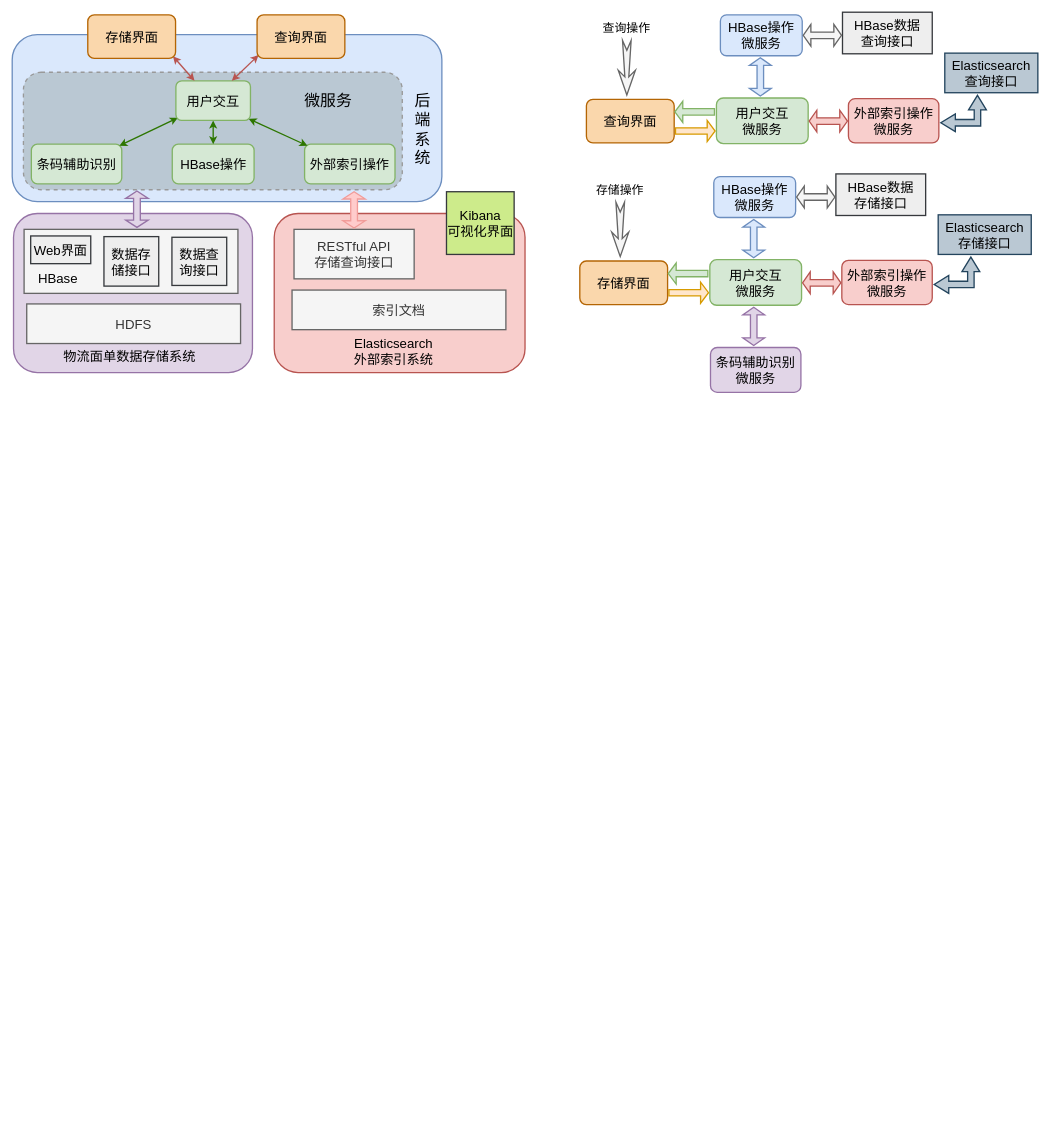
Earlier version of the draw.io diagram page "第 4 页" (4 of 4) of 未命名绘图.drawio (Life-Cycle/xixi). Source tidied: cells renumbered, new cells numbered last; positions are measured from the earlier drawing's top-left corner, leaving out a move shared by most shapes. Both pictures are drawn from the tidied source at 66%, with x=0, y=0 at pixel (12, 12).
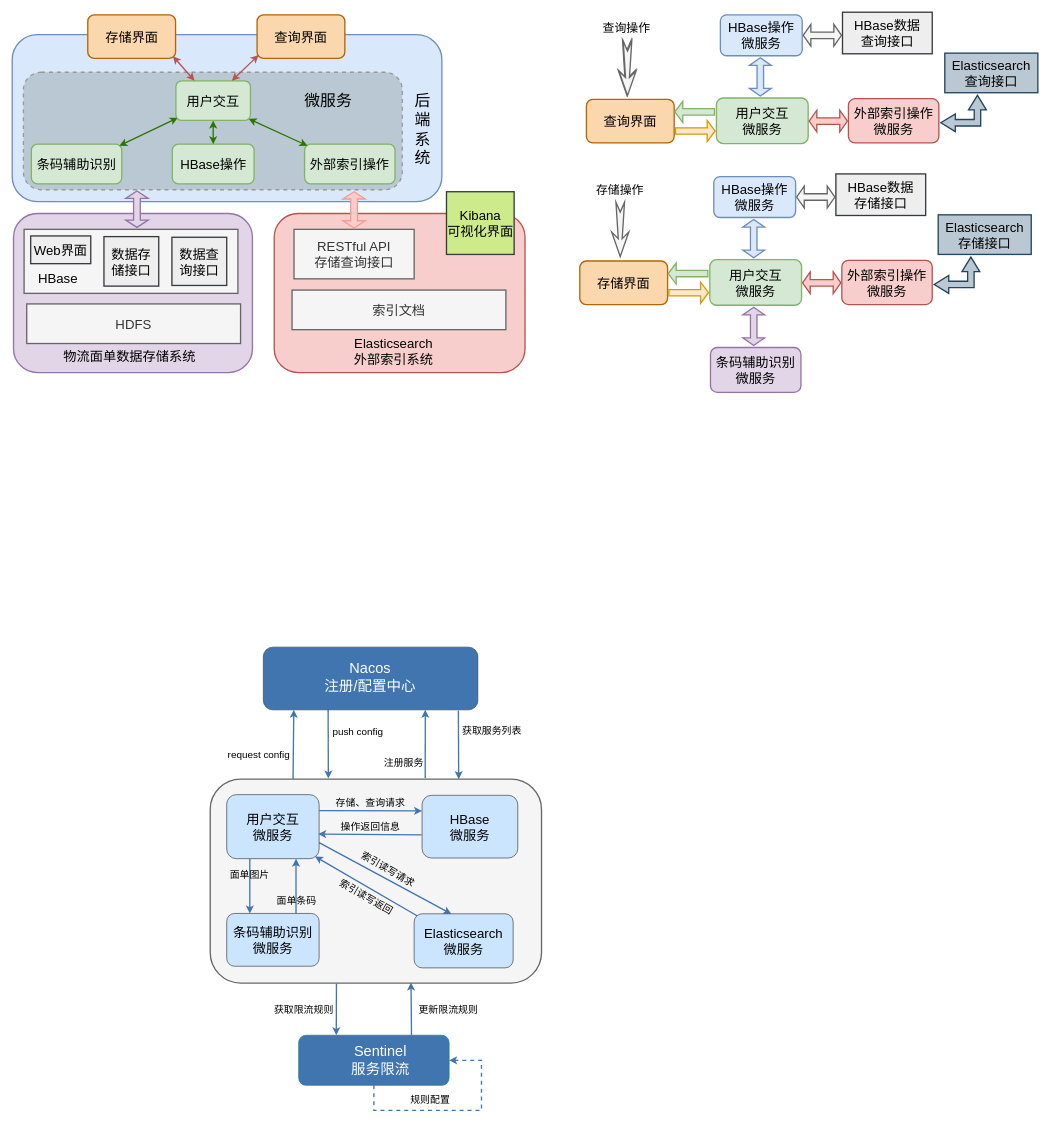
Above is the later version.

Commit message:
更新未命名绘图.drawio

Change to the diagram source:
```diff
@@
+    <mxCell id="62" style="edgeStyle=none;rounded=0;jettySize=auto;html=1;exitX=0.755;exitY=0.998;exitDx=0;exitDy=0;entryX=0.649;entryY=-0.005;entryDx=0;entryDy=0;fontSize=15;fontColor=#000000;startArrow=classic;startFill=1;endArrow=none;endFill=0;strokeColor=#4075B1;strokeWidth=2;entryPerimeter=0;exitPerimeter=0;" parent="1" edge="1" source="64" target="71">
+      <mxGeometry relative="1" as="geometry" />
+    </mxCell>
+    <mxCell id="63" style="edgeStyle=none;rounded=0;jettySize=auto;html=1;exitX=0.302;exitY=0.99;exitDx=0;exitDy=0;fontSize=15;fontColor=#000000;startArrow=none;startFill=0;endArrow=classic;endFill=1;strokeColor=#4075B1;strokeWidth=2;exitPerimeter=0;" parent="1" edge="1" source="64">
+      <mxGeometry relative="1" as="geometry">
+        <mxPoint x="479" y="1161" as="targetPoint" />
+      </mxGeometry>
+    </mxCell>
+    <mxCell id="64" style="rounded=1;whiteSpace=wrap;html=1;labelBackgroundColor=none;fontSize=14;fillColor=#4075B0;strokeColor=#314354;fontColor=#ffffff;" parent="1" vertex="1">
+      <mxGeometry x="380.5" y="962" width="325" height="95" as="geometry" />
+    </mxCell>
+    <mxCell id="65" style="edgeStyle=none;rounded=0;jettySize=auto;html=1;exitX=0.75;exitY=0;exitDx=0;exitDy=0;entryX=0.606;entryY=0.997;entryDx=0;entryDy=0;entryPerimeter=0;fontSize=15;fontColor=#000000;startArrow=none;startFill=0;endArrow=classic;endFill=1;strokeColor=#4075B1;strokeWidth=2;" parent="1" edge="1" source="67" target="71">
+      <mxGeometry relative="1" as="geometry" />
+    </mxCell>
+    <mxCell id="66" style="edgeStyle=orthogonalEdgeStyle;rounded=0;orthogonalLoop=1;jettySize=auto;html=1;exitX=0.5;exitY=1;exitDx=0;exitDy=0;fontSize=15;fontColor=#000000;startArrow=none;startFill=0;endArrow=classic;endFill=1;strokeColor=#4075B1;strokeWidth=2;entryX=1;entryY=0.5;entryDx=0;entryDy=0;dashed=1;" parent="1" edge="1" source="67" target="67">
+      <mxGeometry relative="1" as="geometry">
+        <Array as="points">
+          <mxPoint x="548" y="1664" />
+          <mxPoint x="711" y="1664" />
+          <mxPoint x="711" y="1588" />
+        </Array>
+      </mxGeometry>
+    </mxCell>
+    <mxCell id="67" style="rounded=1;whiteSpace=wrap;html=1;labelBackgroundColor=none;fontSize=14;fillColor=#4075B0;strokeColor=#0e8088;" parent="1" vertex="1">
+      <mxGeometry x="434" y="1550" width="228" height="76" as="geometry" />
+    </mxCell>
+    <mxCell id="68" style="edgeStyle=none;rounded=0;jettySize=auto;html=1;exitX=0.381;exitY=1.003;exitDx=0;exitDy=0;entryX=0.25;entryY=0;entryDx=0;entryDy=0;fontSize=15;fontColor=#000000;startArrow=none;startFill=0;endArrow=classic;endFill=1;strokeColor=#4075B1;strokeWidth=2;exitPerimeter=0;" parent="1" edge="1" source="71" target="67">
+      <mxGeometry relative="1" as="geometry" />
+    </mxCell>
+    <mxCell id="69" style="edgeStyle=none;rounded=0;jettySize=auto;html=1;exitX=0.75;exitY=0;exitDx=0;exitDy=0;fontSize=15;fontColor=#000000;startArrow=classic;startFill=1;endArrow=none;endFill=0;strokeColor=#4075B1;strokeWidth=2;" parent="1" edge="1" source="71">
+      <mxGeometry relative="1" as="geometry">
+        <mxPoint x="676" y="1058" as="targetPoint" />
+      </mxGeometry>
+    </mxCell>
+    <mxCell id="70" style="edgeStyle=none;rounded=0;jettySize=auto;html=1;exitX=0.25;exitY=0;exitDx=0;exitDy=0;entryX=0.142;entryY=0.998;entryDx=0;entryDy=0;fontSize=15;fontColor=#000000;startArrow=none;startFill=0;endArrow=classic;endFill=1;strokeColor=#4075B1;strokeWidth=2;entryPerimeter=0;" parent="1" edge="1" source="71" target="64">
+      <mxGeometry relative="1" as="geometry" />
+    </mxCell>
+    <mxCell id="71" style="rounded=1;whiteSpace=wrap;html=1;labelBackgroundColor=none;fontSize=14;strokeColor=#666666;fillColor=#f5f5f5;strokeWidth=2;fontColor=#333333;" parent="1" vertex="1">
+      <mxGeometry x="300" y="1162" width="502" height="309" as="geometry" />
+    </mxCell>
+    <mxCell id="72" style="edgeStyle=none;rounded=0;jettySize=auto;html=1;exitX=0.25;exitY=1;exitDx=0;exitDy=0;entryX=0.25;entryY=0;entryDx=0;entryDy=0;fontSize=15;fontColor=#000000;startArrow=none;startFill=0;endArrow=classic;endFill=1;strokeColor=#4075B1;strokeWidth=2;" parent="1" edge="1" source="74" target="78">
+      <mxGeometry relative="1" as="geometry" />
+    </mxCell>
+    <mxCell id="73" style="edgeStyle=none;rounded=0;jettySize=auto;html=1;exitX=1;exitY=0.75;exitDx=0;exitDy=0;entryX=0.376;entryY=0.004;entryDx=0;entryDy=0;fontSize=15;fontColor=#000000;startArrow=none;startFill=0;endArrow=classic;endFill=1;strokeColor=#4075B1;strokeWidth=2;entryPerimeter=0;" parent="1" edge="1" source="74" target="82">
+      <mxGeometry relative="1" as="geometry" />
+    </mxCell>
+    <mxCell id="74" value="&lt;font style=&quot;font-size: 20px&quot;&gt;用户交互&lt;br&gt;微服务&lt;/font&gt;" style="rounded=1;whiteSpace=wrap;html=1;labelBackgroundColor=none;fontSize=14;fillColor=#cce5ff;strokeColor=#36393d;" parent="1" vertex="1">
+      <mxGeometry x="325" y="1185.5" width="140" height="97" as="geometry" />
+    </mxCell>
+    <mxCell id="75" value="&lt;font style=&quot;font-size: 22px&quot; color=&quot;#ffffff&quot;&gt;Nacos&lt;br&gt;注册/配置中心&lt;/font&gt;" style="text;html=1;strokeColor=none;fillColor=none;align=center;verticalAlign=middle;whiteSpace=wrap;rounded=0;dashed=1;labelBackgroundColor=none;fontSize=20;fontColor=#000000;" parent="1" vertex="1">
+      <mxGeometry x="472.4" y="977" width="141.2" height="62" as="geometry" />
+    </mxCell>
+    <mxCell id="76" value="&lt;font style=&quot;font-size: 22px&quot; color=&quot;#ffffff&quot;&gt;Sentinel&lt;br&gt;服务限流&lt;/font&gt;" style="text;html=1;strokeColor=none;fillColor=none;align=center;verticalAlign=middle;whiteSpace=wrap;rounded=0;dashed=1;labelBackgroundColor=none;fontSize=14;fontColor=#000000;" parent="1" vertex="1">
+      <mxGeometry x="487" y="1573" width="142" height="30" as="geometry" />
+    </mxCell>
+    <mxCell id="77" style="edgeStyle=none;rounded=0;jettySize=auto;html=1;exitX=0.75;exitY=0;exitDx=0;exitDy=0;entryX=0.75;entryY=1;entryDx=0;entryDy=0;fontSize=15;fontColor=#000000;startArrow=none;startFill=0;endArrow=classic;endFill=1;strokeColor=#4075B1;strokeWidth=2;" parent="1" edge="1" source="78" target="74">
+      <mxGeometry relative="1" as="geometry" />
+    </mxCell>
+    <mxCell id="78" value="&lt;font style=&quot;font-size: 20px&quot;&gt;条码辅助识别&lt;br&gt;微服务&lt;/font&gt;" style="rounded=1;whiteSpace=wrap;html=1;labelBackgroundColor=none;fontSize=14;fillColor=#cce5ff;strokeColor=#36393d;" parent="1" vertex="1">
+      <mxGeometry x="325" y="1365.5" width="140" height="80" as="geometry" />
+    </mxCell>
+    <mxCell id="79" style="edgeStyle=none;rounded=0;jettySize=auto;html=1;exitX=-0.006;exitY=0.631;exitDx=0;exitDy=0;entryX=0.99;entryY=0.616;entryDx=0;entryDy=0;fontSize=22;fontColor=#000000;startArrow=none;startFill=0;endArrow=classic;endFill=1;strokeColor=#4075B1;strokeWidth=2;entryPerimeter=0;exitPerimeter=0;" parent="1" edge="1" source="80" target="74">
+      <mxGeometry relative="1" as="geometry" />
+    </mxCell>
+    <mxCell id="80" value="&lt;font style=&quot;font-size: 20px&quot;&gt;HBase&lt;br&gt;微服务&lt;/font&gt;" style="rounded=1;whiteSpace=wrap;html=1;labelBackgroundColor=none;fontSize=14;fillColor=#cce5ff;strokeColor=#36393d;" parent="1" vertex="1">
+      <mxGeometry x="621" y="1186.5" width="145" height="95" as="geometry" />
+    </mxCell>
+    <mxCell id="81" style="edgeStyle=none;rounded=0;jettySize=auto;html=1;exitX=0.029;exitY=0.036;exitDx=0;exitDy=0;entryX=0.954;entryY=0.964;entryDx=0;entryDy=0;entryPerimeter=0;fontSize=15;fontColor=#000000;startArrow=none;startFill=0;endArrow=classic;endFill=1;strokeColor=#4075B1;strokeWidth=2;exitPerimeter=0;" parent="1" edge="1" source="82" target="74">
+      <mxGeometry relative="1" as="geometry" />
+    </mxCell>
+    <mxCell id="82" value="&lt;font style=&quot;font-size: 20px&quot;&gt;Elasticsearch&lt;br&gt;微服务&lt;/font&gt;" style="rounded=1;whiteSpace=wrap;html=1;labelBackgroundColor=none;fontSize=14;fillColor=#cce5ff;strokeColor=#36393d;" parent="1" vertex="1">
+      <mxGeometry x="609" y="1366" width="150" height="82" as="geometry" />
+    </mxCell>
+    <mxCell id="83" style="edgeStyle=none;rounded=0;jettySize=auto;html=1;exitX=1;exitY=0.25;exitDx=0;exitDy=0;entryX=0;entryY=0.25;entryDx=0;entryDy=0;fontSize=16;fontColor=#000000;startArrow=none;startFill=0;strokeColor=#4075B0;strokeWidth=2;" parent="1" edge="1" source="74" target="80">
+      <mxGeometry relative="1" as="geometry" />
+    </mxCell>
+    <mxCell id="84" value="&lt;font color=&quot;#000000&quot;&gt;存储、查询请求&lt;/font&gt;" style="text;html=1;strokeColor=none;fillColor=none;align=center;verticalAlign=middle;whiteSpace=wrap;rounded=0;labelBackgroundColor=none;fontSize=15;fontColor=#FFFFFF;" parent="1" vertex="1">
+      <mxGeometry x="489" y="1182" width="108" height="30" as="geometry" />
+    </mxCell>
+    <mxCell id="85" value="&lt;font color=&quot;#000000&quot;&gt;操作返回信息&lt;/font&gt;" style="text;html=1;strokeColor=none;fillColor=none;align=center;verticalAlign=middle;whiteSpace=wrap;rounded=0;labelBackgroundColor=none;fontSize=15;fontColor=#FFFFFF;" parent="1" vertex="1">
+      <mxGeometry x="492" y="1219" width="102" height="30" as="geometry" />
+    </mxCell>
+    <mxCell id="86" value="&lt;font color=&quot;#000000&quot;&gt;面单图片&lt;/font&gt;" style="text;html=1;strokeColor=none;fillColor=none;align=center;verticalAlign=middle;whiteSpace=wrap;rounded=0;labelBackgroundColor=none;fontSize=15;fontColor=#FFFFFF;" parent="1" vertex="1">
+      <mxGeometry x="309" y="1292" width="102" height="30" as="geometry" />
+    </mxCell>
+    <mxCell id="87" value="&lt;font color=&quot;#000000&quot;&gt;面单条码&lt;/font&gt;" style="text;html=1;strokeColor=none;fillColor=none;align=center;verticalAlign=middle;whiteSpace=wrap;rounded=0;labelBackgroundColor=none;fontSize=15;fontColor=#FFFFFF;" parent="1" vertex="1">
+      <mxGeometry x="380" y="1331" width="102" height="30" as="geometry" />
+    </mxCell>
+    <mxCell id="88" value="&lt;font color=&quot;#000000&quot;&gt;索引读写请求&lt;/font&gt;" style="text;html=1;strokeColor=none;fillColor=none;align=center;verticalAlign=middle;whiteSpace=wrap;rounded=0;labelBackgroundColor=none;fontSize=15;fontColor=#FFFFFF;rotation=30;" parent="1" vertex="1">
+      <mxGeometry x="516" y="1283" width="108" height="30" as="geometry" />
+    </mxCell>
+    <mxCell id="89" value="&lt;font color=&quot;#000000&quot;&gt;索引读写返回&lt;/font&gt;" style="text;html=1;strokeColor=none;fillColor=none;align=center;verticalAlign=middle;whiteSpace=wrap;rounded=0;labelBackgroundColor=none;fontSize=15;fontColor=#FFFFFF;rotation=30;" parent="1" vertex="1">
+      <mxGeometry x="483" y="1325" width="108" height="30" as="geometry" />
+    </mxCell>
+    <mxCell id="90" value="&lt;font color=&quot;#000000&quot;&gt;获取限流规则&lt;/font&gt;" style="text;html=1;strokeColor=none;fillColor=none;align=center;verticalAlign=middle;whiteSpace=wrap;rounded=0;labelBackgroundColor=none;fontSize=15;fontColor=#FFFFFF;" parent="1" vertex="1">
+      <mxGeometry x="391" y="1496" width="102" height="30" as="geometry" />
+    </mxCell>
+    <mxCell id="91" value="&lt;font color=&quot;#000000&quot;&gt;更新限流规则&lt;/font&gt;" style="text;html=1;strokeColor=none;fillColor=none;align=center;verticalAlign=middle;whiteSpace=wrap;rounded=0;labelBackgroundColor=none;fontSize=15;fontColor=#FFFFFF;" parent="1" vertex="1">
+      <mxGeometry x="610" y="1496" width="102" height="30" as="geometry" />
+    </mxCell>
+    <mxCell id="92" value="&lt;font color=&quot;#000000&quot;&gt;push config&lt;/font&gt;" style="text;html=1;strokeColor=none;fillColor=none;align=center;verticalAlign=middle;whiteSpace=wrap;rounded=0;labelBackgroundColor=none;fontSize=15;fontColor=#FFFFFF;" parent="1" vertex="1">
+      <mxGeometry x="473" y="1075" width="102" height="30" as="geometry" />
+    </mxCell>
+    <mxCell id="93" value="&lt;font color=&quot;#000000&quot;&gt;request config&lt;/font&gt;" style="text;html=1;strokeColor=none;fillColor=none;align=center;verticalAlign=middle;whiteSpace=wrap;rounded=0;labelBackgroundColor=none;fontSize=15;fontColor=#FFFFFF;" parent="1" vertex="1">
+      <mxGeometry x="323" y="1109" width="102" height="30" as="geometry" />
+    </mxCell>
+    <mxCell id="94" value="&lt;font color=&quot;#000000&quot;&gt;获取服务列表&lt;/font&gt;" style="text;html=1;strokeColor=none;fillColor=none;align=center;verticalAlign=middle;whiteSpace=wrap;rounded=0;labelBackgroundColor=none;fontSize=15;fontColor=#FFFFFF;" parent="1" vertex="1">
+      <mxGeometry x="676" y="1073" width="102" height="30" as="geometry" />
+    </mxCell>
+    <mxCell id="95" value="&lt;font color=&quot;#000000&quot;&gt;注册服务&lt;/font&gt;" style="text;html=1;strokeColor=none;fillColor=none;align=center;verticalAlign=middle;whiteSpace=wrap;rounded=0;labelBackgroundColor=none;fontSize=15;fontColor=#FFFFFF;" parent="1" vertex="1">
+      <mxGeometry x="558" y="1121" width="71" height="30" as="geometry" />
+    </mxCell>
+    <mxCell id="96" style="html=1;shadow=0;dashed=0;align=center;verticalAlign=middle;shape=mxgraph.arrows2.stylisedArrow;dy=0.77;dx=27.22;notch=15;feather=0.5;labelBackgroundColor=none;fontSize=18;fontColor=#333333;strokeColor=#666666;strokeWidth=2;fillColor=#f5f5f5;rotation=90;" parent="1" vertex="1">
+      <mxGeometry x="891" y="72" width="82.5" height="26" as="geometry" />
+    </mxCell>
+    <mxCell id="97" value="&lt;font color=&quot;#000000&quot;&gt;规则配置&lt;/font&gt;" style="text;html=1;strokeColor=none;fillColor=none;align=center;verticalAlign=middle;whiteSpace=wrap;rounded=0;labelBackgroundColor=none;fontSize=15;fontColor=#FFFFFF;" parent="1" vertex="1">
+      <mxGeometry x="597" y="1632" width="73" height="30" as="geometry" />
+    </mxCell>
```
